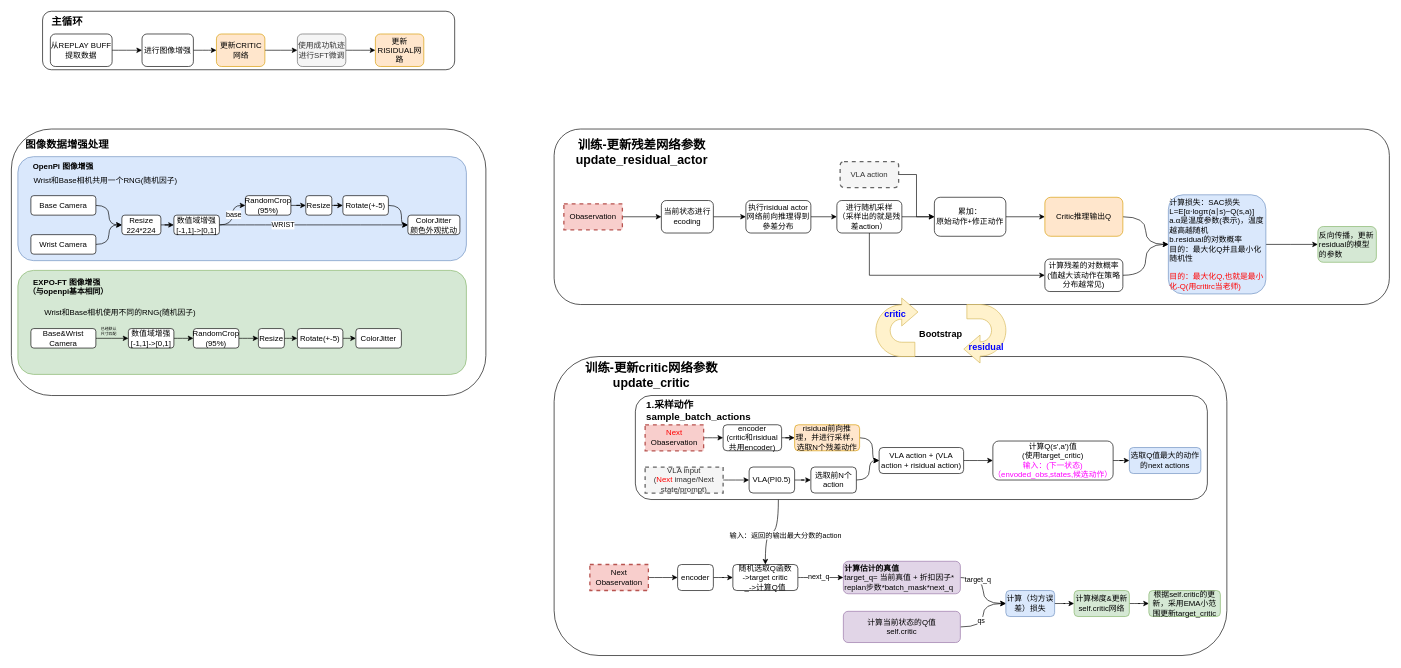
Above: LLM/VLA/EXPO-FT.drawio in mailonghua/drawio (draw.io), before the change. Source tidied: cells renumbered, new cells numbered last; positions are measured from the earlier drawing's top-left corner, leaving out a move shared by most shapes. Both pictures are drawn from the tidied source at 65%, with x=0, y=0 at pixel (11, 11).
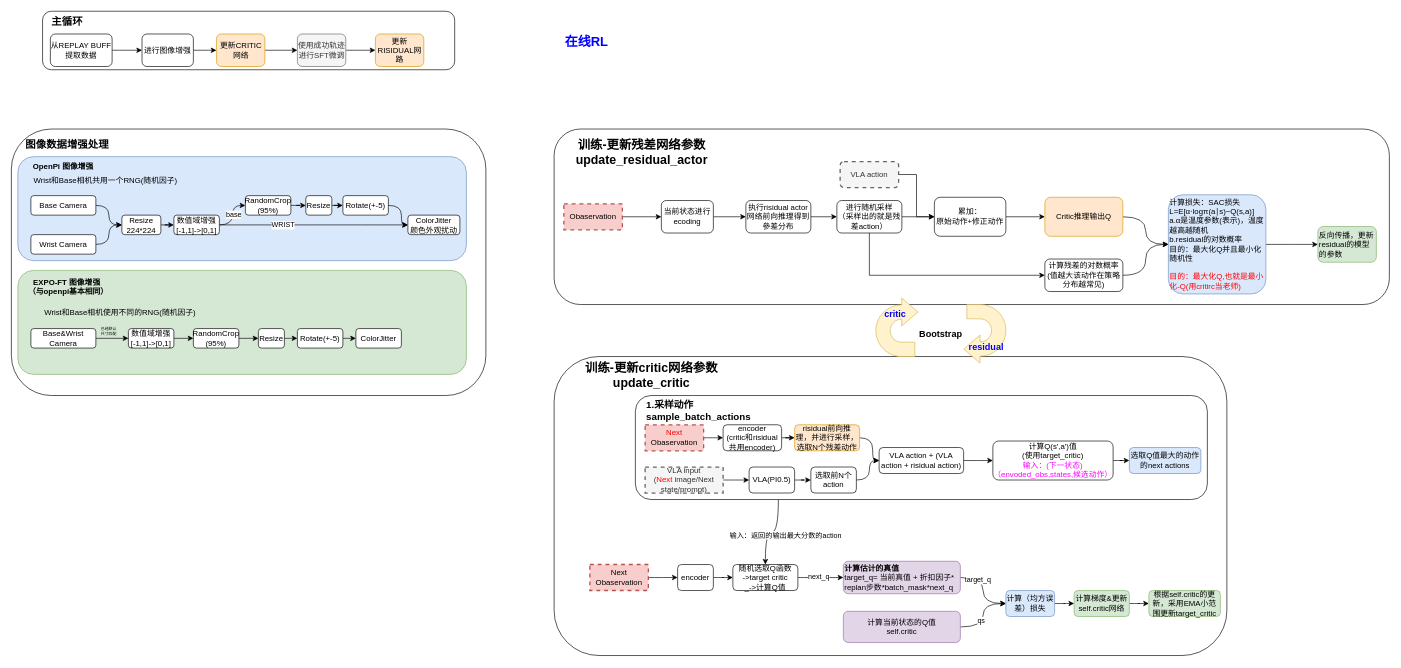
After the change.

Change to the diagram source:
```diff
@@
+    <mxCell id="120" value="在线RL" style="text;html=1;whiteSpace=wrap;strokeColor=none;fillColor=none;align=center;verticalAlign=middle;rounded=0;fontStyle=1;fontSize=20;fontColor=#0000FF;" parent="1" vertex="1">
+      <mxGeometry x="850" y="29.8" width="70" height="30" as="geometry" />
+    </mxCell>
```
